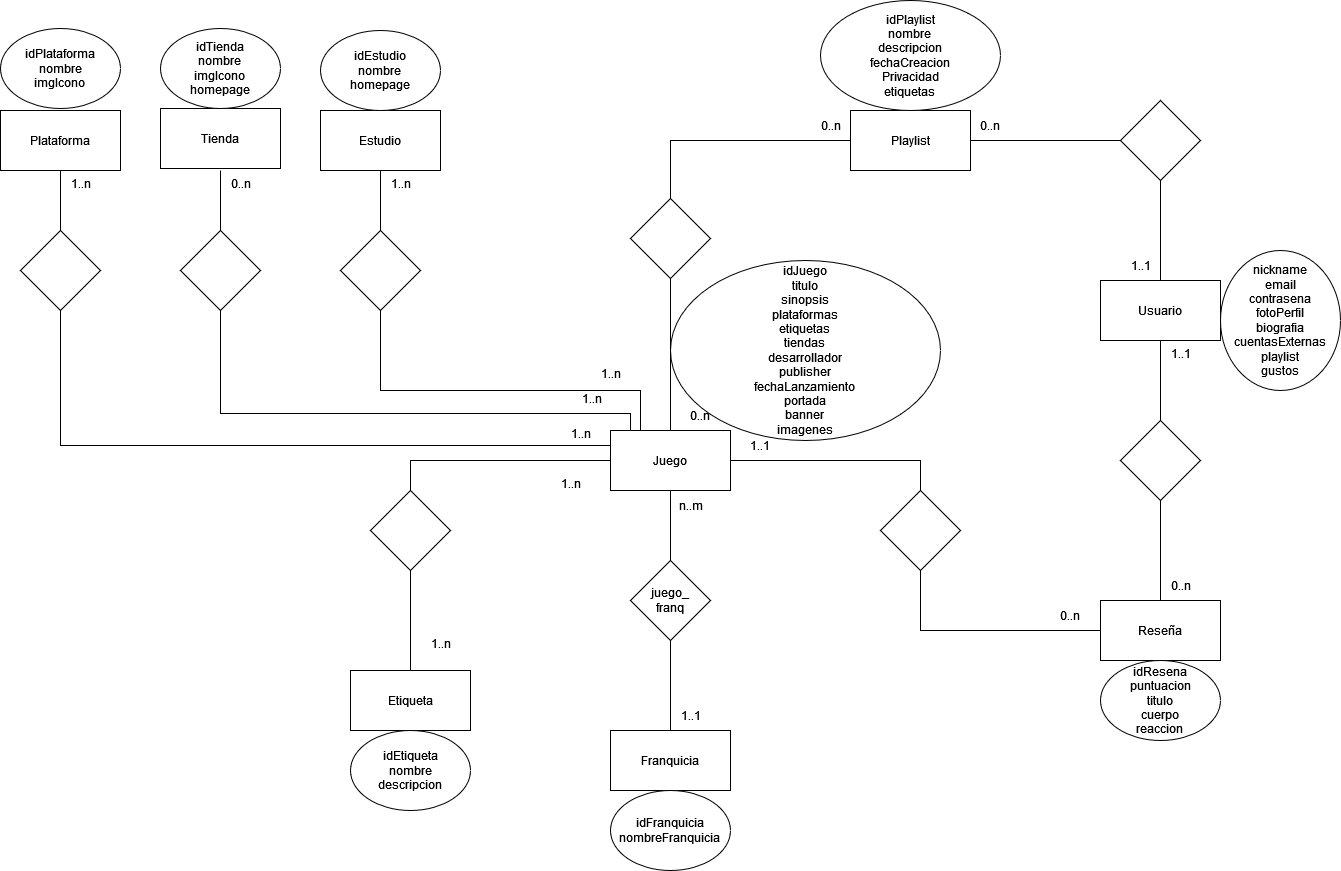
Maig0l/proyecto-dsw keeps this draw.io diagram as DER_v1.1.png. Above is the earlier version. Source tidied: cells renumbered, new cells last; positions are measured from the earlier drawing's top-left corner, leaving out a move shared by most shapes.
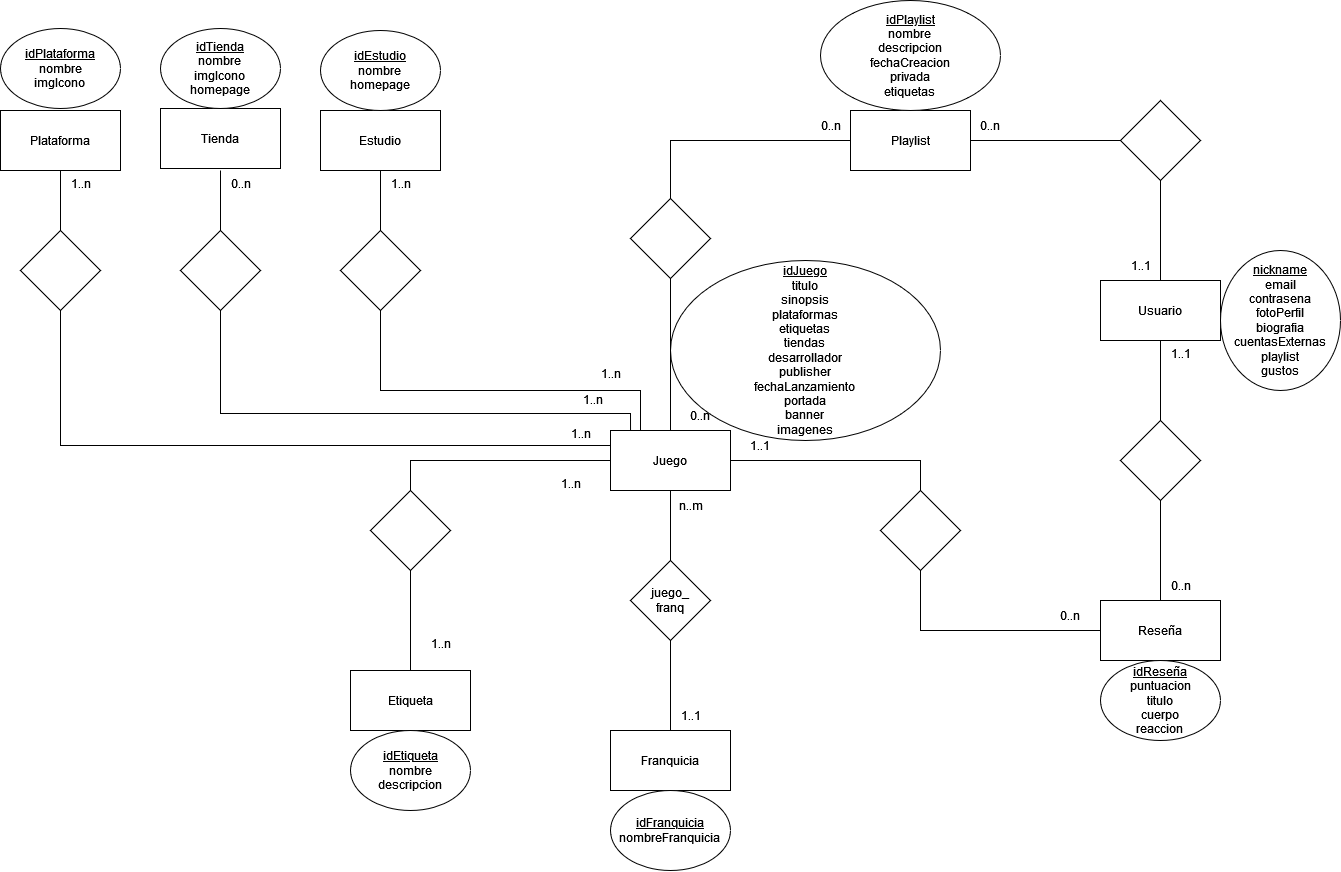
Later version of the same file.

Commit message:
Add PK markings to ER diagram

Change to the diagram source:
```diff
@@ -14,19 +14,19 @@
     <mxCell id="5" value="Usuario" style="rounded=0;whiteSpace=wrap;html=1;" parent="1" vertex="1">
       <mxGeometry x="1100" y="280" width="120" height="60" as="geometry" />
     </mxCell>
-    <mxCell id="6" value="&lt;div&gt;idJuego&lt;br&gt;&lt;/div&gt;&lt;div&gt;titulo&lt;/div&gt;&lt;div&gt;sinopsis&lt;/div&gt;&lt;div&gt;plataformas&lt;/div&gt;&lt;div&gt;etiquetas&lt;br&gt;&lt;/div&gt;&lt;div&gt;tiendas&lt;/div&gt;&lt;div&gt;desarrollador&lt;/div&gt;&lt;div&gt;publisher&lt;/div&gt;&lt;div&gt;fechaLanzamiento&lt;br&gt;&lt;/div&gt;&lt;div&gt;portada&lt;/div&gt;&lt;div&gt;banner&lt;/div&gt;&lt;div&gt;imagenes&lt;br&gt;&lt;/div&gt;" style="ellipse;whiteSpace=wrap;html=1;" parent="1" vertex="1">
+    <mxCell id="6" value="&lt;div&gt;&lt;u&gt;idJuego&lt;/u&gt;&lt;br&gt;&lt;/div&gt;&lt;div&gt;titulo&lt;/div&gt;&lt;div&gt;sinopsis&lt;/div&gt;&lt;div&gt;plataformas&lt;/div&gt;&lt;div&gt;etiquetas&lt;br&gt;&lt;/div&gt;&lt;div&gt;tiendas&lt;/div&gt;&lt;div&gt;desarrollador&lt;/div&gt;&lt;div&gt;publisher&lt;/div&gt;&lt;div&gt;fechaLanzamiento&lt;br&gt;&lt;/div&gt;&lt;div&gt;portada&lt;/div&gt;&lt;div&gt;banner&lt;/div&gt;&lt;div&gt;imagenes&lt;br&gt;&lt;/div&gt;" style="ellipse;whiteSpace=wrap;html=1;" parent="1" vertex="1">
       <mxGeometry x="670" y="260" width="270" height="180" as="geometry" />
     </mxCell>
-    <mxCell id="7" value="&lt;div&gt;nickname&lt;/div&gt;&lt;div&gt;email&lt;/div&gt;&lt;div&gt;contrasena&lt;br&gt;&lt;/div&gt;&lt;div&gt;fotoPerfil&lt;br&gt;&lt;/div&gt;&lt;div&gt;biografia&lt;/div&gt;&lt;div&gt;cuentasExternas&lt;/div&gt;&lt;div&gt;playlist&lt;/div&gt;&lt;div&gt;gustos&lt;br&gt;&lt;/div&gt;" style="ellipse;whiteSpace=wrap;html=1;" parent="1" vertex="1">
+    <mxCell id="7" value="&lt;div&gt;&lt;u&gt;nickname&lt;/u&gt;&lt;/div&gt;&lt;div&gt;email&lt;/div&gt;&lt;div&gt;contrasena&lt;br&gt;&lt;/div&gt;&lt;div&gt;fotoPerfil&lt;br&gt;&lt;/div&gt;&lt;div&gt;biografia&lt;/div&gt;&lt;div&gt;cuentasExternas&lt;/div&gt;&lt;div&gt;playlist&lt;/div&gt;&lt;div&gt;gustos&lt;br&gt;&lt;/div&gt;" style="ellipse;whiteSpace=wrap;html=1;" parent="1" vertex="1">
       <mxGeometry x="1220" y="250" width="120" height="140" as="geometry" />
     </mxCell>
-    <mxCell id="8" value="&lt;div&gt;idResena&lt;br&gt;&lt;/div&gt;&lt;div&gt;puntuacion&lt;/div&gt;&lt;div&gt;titulo&lt;/div&gt;&lt;div&gt;cuerpo&lt;/div&gt;&lt;div&gt;reaccion&lt;br&gt;&lt;/div&gt;" style="ellipse;whiteSpace=wrap;html=1;" parent="1" vertex="1">
+    <mxCell id="8" value="&lt;div&gt;&lt;u&gt;idReseña&lt;/u&gt;&lt;br&gt;&lt;/div&gt;&lt;div&gt;puntuacion&lt;/div&gt;&lt;div&gt;titulo&lt;/div&gt;&lt;div&gt;cuerpo&lt;/div&gt;&lt;div&gt;reaccion&lt;br&gt;&lt;/div&gt;" style="ellipse;whiteSpace=wrap;html=1;" parent="1" vertex="1">
       <mxGeometry x="1100" y="660" width="120" height="80" as="geometry" />
     </mxCell>
     <mxCell id="9" value="Franquicia" style="rounded=0;whiteSpace=wrap;html=1;" parent="1" vertex="1">
       <mxGeometry x="610" y="730" width="120" height="60" as="geometry" />
     </mxCell>
-    <mxCell id="10" value="&lt;div&gt;idFranquicia&lt;/div&gt;&lt;div&gt;nombreFranquicia&lt;br&gt;&lt;/div&gt;" style="ellipse;whiteSpace=wrap;html=1;" parent="1" vertex="1">
+    <mxCell id="10" value="&lt;div&gt;&lt;u&gt;idFranquicia&lt;/u&gt;&lt;/div&gt;&lt;div&gt;nombreFranquicia&lt;br&gt;&lt;/div&gt;" style="ellipse;whiteSpace=wrap;html=1;" parent="1" vertex="1">
       <mxGeometry x="610" y="790" width="120" height="80" as="geometry" />
     </mxCell>
     <mxCell id="11" value="&lt;div&gt;juego_&lt;/div&gt;&lt;div&gt;franq&lt;br&gt;&lt;/div&gt;" style="rhombus;whiteSpace=wrap;html=1;" parent="1" vertex="1">
@@ -67,7 +67,7 @@
     <mxCell id="22" value="Playlist" style="rounded=0;whiteSpace=wrap;html=1;" parent="1" vertex="1">
       <mxGeometry x="850" y="110" width="120" height="60" as="geometry" />
     </mxCell>
-    <mxCell id="23" value="&lt;div&gt;idPlaylist&lt;/div&gt;&lt;div&gt;nombre&lt;br&gt;&lt;/div&gt;&lt;div&gt;descripcion&lt;/div&gt;&lt;div&gt;fechaCreacion&lt;/div&gt;&lt;div&gt;Privacidad&lt;/div&gt;&lt;div&gt;etiquetas&lt;br&gt;&lt;/div&gt;" style="ellipse;whiteSpace=wrap;html=1;" parent="1" vertex="1">
+    <mxCell id="23" value="&lt;div&gt;&lt;u&gt;idPlaylist&lt;/u&gt;&lt;/div&gt;&lt;div&gt;nombre&lt;br&gt;&lt;/div&gt;&lt;div&gt;descripcion&lt;/div&gt;&lt;div&gt;fechaCreacion&lt;/div&gt;&lt;div&gt;privada&lt;/div&gt;&lt;div&gt;etiquetas&lt;br&gt;&lt;/div&gt;" style="ellipse;whiteSpace=wrap;html=1;" parent="1" vertex="1">
       <mxGeometry x="820" width="180" height="110" as="geometry" />
     </mxCell>
     <mxCell id="24" value="1..1" style="text;html=1;align=center;verticalAlign=middle;strokeColor=none;fillColor=none;" parent="1" vertex="1">
@@ -95,7 +95,7 @@
         <mxPoint x="410" y="570" as="targetPoint" />
       </mxGeometry>
     </mxCell>
-    <mxCell id="30" value="&lt;div&gt;idEtiqueta&lt;/div&gt;&lt;div&gt;nombre&lt;/div&gt;&lt;div&gt;descripcion&lt;/div&gt;" style="ellipse;whiteSpace=wrap;html=1;" parent="1" vertex="1">
+    <mxCell id="30" value="&lt;div&gt;&lt;u&gt;idEtiqueta&lt;/u&gt;&lt;/div&gt;&lt;div&gt;nombre&lt;/div&gt;&lt;div&gt;descripcion&lt;/div&gt;" style="ellipse;whiteSpace=wrap;html=1;" parent="1" vertex="1">
       <mxGeometry x="350" y="730" width="120" height="80" as="geometry" />
     </mxCell>
     <mxCell id="31" style="rhombus;whiteSpace=wrap;html=1;" parent="1" vertex="1">
@@ -170,7 +170,7 @@
     <mxCell id="47" style="endArrow=none;html=1;rounded=0;entryX=0.5;entryY=1;entryDx=0;entryDy=0;exitX=0.5;exitY=0;exitDx=0;exitDy=0;" parent="1" edge="1" source="44" target="43">
       <mxGeometry relative="1" as="geometry" />
     </mxCell>
-    <mxCell id="48" value="&lt;div&gt;idEstudio&lt;/div&gt;&lt;div&gt;nombre&lt;br&gt;&lt;/div&gt;&lt;div&gt;homepage&lt;br&gt;&lt;/div&gt;" style="ellipse;whiteSpace=wrap;html=1;" parent="1" vertex="1">
+    <mxCell id="48" value="&lt;div&gt;&lt;u&gt;idEstudio&lt;/u&gt;&lt;/div&gt;&lt;div&gt;nombre&lt;br&gt;&lt;/div&gt;&lt;div&gt;homepage&lt;br&gt;&lt;/div&gt;" style="ellipse;whiteSpace=wrap;html=1;" parent="1" vertex="1">
       <mxGeometry x="320" y="30" width="120" height="80" as="geometry" />
     </mxCell>
     <mxCell id="49" value="1..n" style="text;html=1;align=center;verticalAlign=middle;strokeColor=none;fillColor=none;" parent="1" vertex="1">
@@ -209,10 +209,10 @@
         <mxPoint x="220" y="170" as="targetPoint" />
       </mxGeometry>
     </mxCell>
-    <mxCell id="58" value="&lt;div&gt;idTienda&lt;/div&gt;&lt;div&gt;nombre&lt;br&gt;&lt;/div&gt;&lt;div&gt;imgIcono&lt;br&gt;&lt;/div&gt;&lt;div&gt;homepage&lt;br&gt;&lt;/div&gt;" style="ellipse;whiteSpace=wrap;html=1;" parent="1" vertex="1">
+    <mxCell id="58" value="&lt;div&gt;&lt;u&gt;idTienda&lt;/u&gt;&lt;/div&gt;&lt;div&gt;nombre&lt;br&gt;&lt;/div&gt;&lt;div&gt;imgIcono&lt;br&gt;&lt;/div&gt;&lt;div&gt;homepage&lt;br&gt;&lt;/div&gt;" style="ellipse;whiteSpace=wrap;html=1;" parent="1" vertex="1">
       <mxGeometry x="160" y="28" width="120" height="80" as="geometry" />
     </mxCell>
-    <mxCell id="59" value="&lt;div&gt;idPlataforma&lt;/div&gt;&lt;div&gt;nombre&lt;/div&gt;&lt;div&gt;imgIcono&lt;br&gt;&lt;/div&gt;" style="ellipse;whiteSpace=wrap;html=1;" parent="1" vertex="1">
+    <mxCell id="59" value="&lt;div&gt;&lt;u&gt;idPlataforma&lt;/u&gt;&lt;/div&gt;&lt;div&gt;nombre&lt;/div&gt;&lt;div&gt;imgIcono&lt;br&gt;&lt;/div&gt;" style="ellipse;whiteSpace=wrap;html=1;" parent="1" vertex="1">
       <mxGeometry y="28" width="120" height="80" as="geometry" />
     </mxCell>
     <mxCell id="60" value="0..n" style="text;html=1;align=center;verticalAlign=middle;strokeColor=none;fillColor=none;" parent="1" vertex="1">
```
